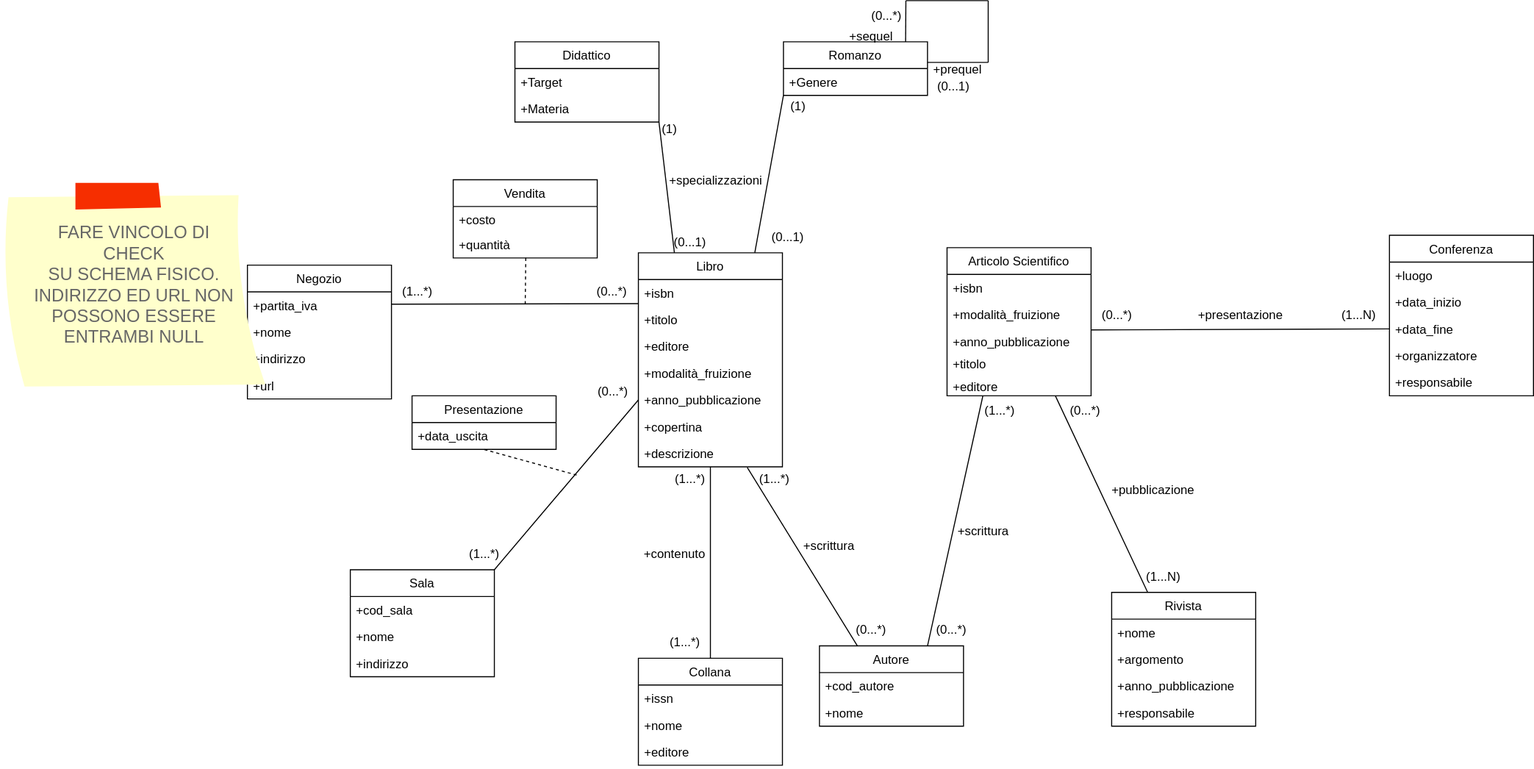
Above: Modello_Concettuale_Ristrutturato.drawio.svg in m3tt0/Progetto_OB_BASI (draw.io), before the change. Source tidied: cells renumbered, new cells last; positions are measured from the earlier drawing's top-left corner, leaving out a move shared by most shapes.
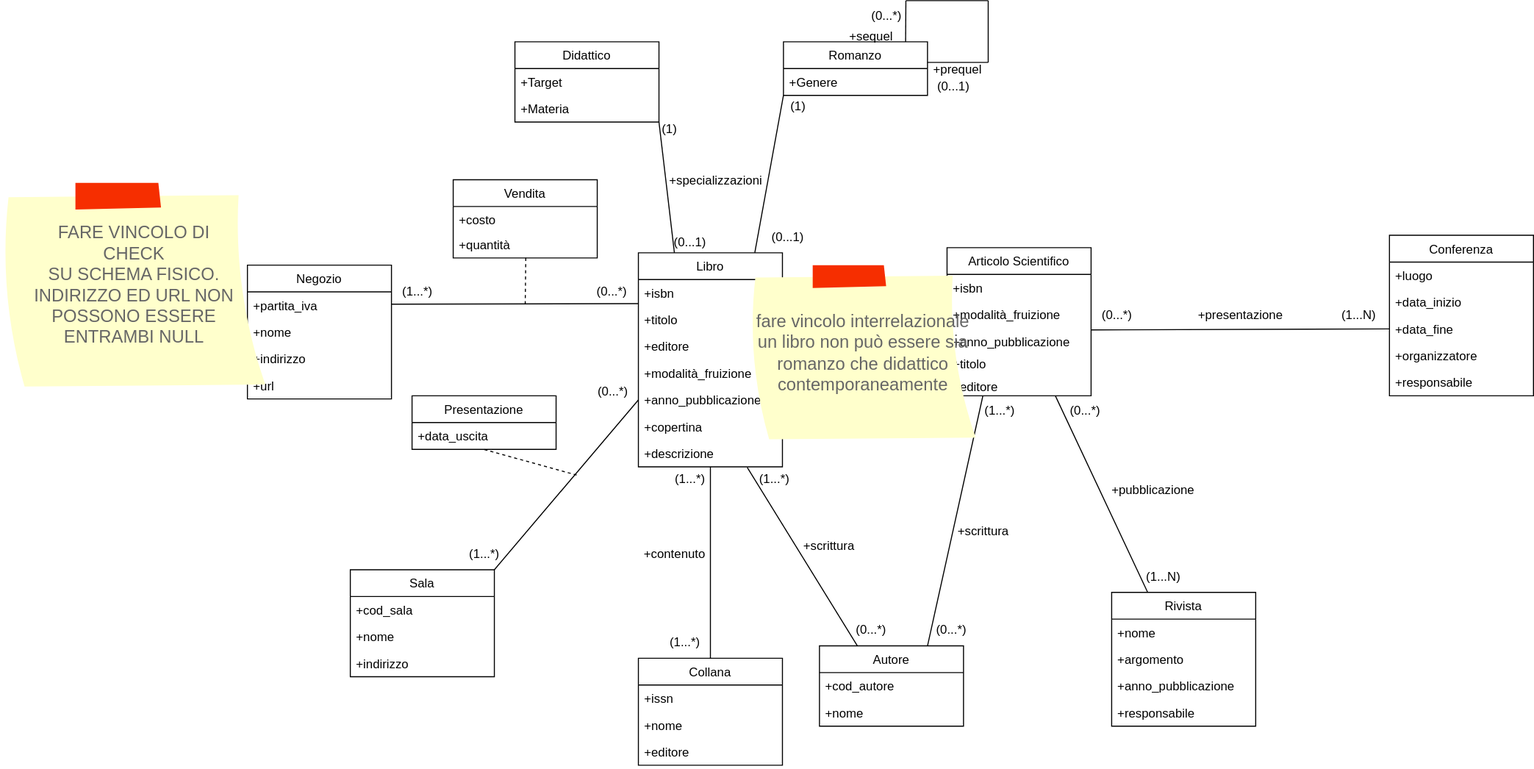
After the commit.

Diff of the diagram source:
```diff
@@ -305,5 +305,8 @@
     <mxCell id="97" value="+specializzazioni" style="text;html=1;align=center;verticalAlign=middle;strokeColor=none;fillColor=none;" parent="1" vertex="1">
       <mxGeometry x="640" y="160" width="110" height="30" as="geometry" />
     </mxCell>
+    <mxCell id="98" value="fare vincolo interrelazionale&lt;br&gt;un libro non può essere sia romanzo che didattico contemporaneamente" style="strokeWidth=1;shadow=0;dashed=0;align=center;html=1;shape=mxgraph.mockup.text.stickyNote2;fontColor=#666666;mainText=;fontSize=17;whiteSpace=wrap;fillColor=#ffffcc;strokeColor=#F62E00;" parent="1" vertex="1">
+      <mxGeometry x="727" y="257" width="223" height="171" as="geometry" />
+    </mxCell>
   </root>
 </mxGraphModel>
```
